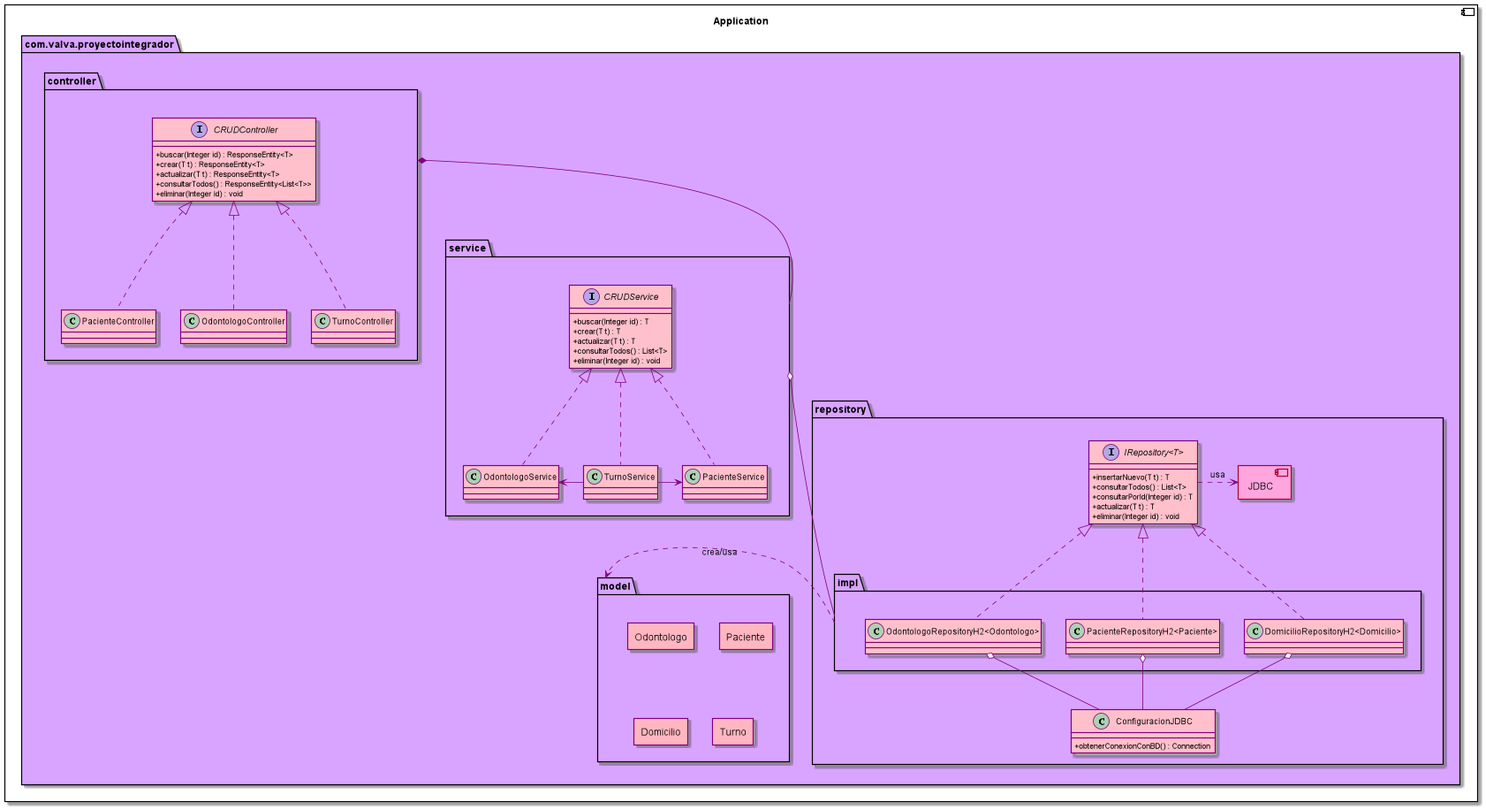
Earlier version of the PlantUML export diagrams/diagrama-de-clase.png (valva-ro/CTD-BE1-proyecto-integrador).
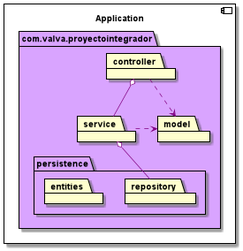
Later version of the same file.

Commit message:
update general class diagram

Change to the diagram source:
```diff
@@ -30,75 +30,19 @@
 component Application {
     package com.valva.proyectointegrador #d9a4ff {
 
-        package repository {
-            interface "IRepository<T>"{
-                + insertarNuevo(T t) : T
-                + consultarTodos() : List<T>
-                + consultarPorId(Integer id) : T
-                + actualizar(T t) : T
-                + eliminar(Integer id) : void
-            }
+        package persistence {
+            package repository
+            package entities
+        }
+        package service
+        package controller
+        package model
 
-            package impl {
-                class "OdontologoRepositoryH2<Odontologo>"
-                class "PacienteRepositoryH2<Paciente>"
-                class "DomicilioRepositoryH2<Domicilio>"
-            }
+        controller o-- service
+        service o-- repository
+        controller .> model
+        service .> model
 
-            class ConfiguracionJDBC {
-                + obtenerConexionConBD() : Connection
-            }
-
-            component JDBC #ffa6df
-        }
-
-        package service {
-
-            interface CRUDService {
-                + buscar(Integer id) : T
-                + crear(T t) : T
-                + actualizar(T t) : T
-                + consultarTodos() : List<T>
-                + eliminar(Integer id) : void
-            }
-
-            class PacienteService implements CRUDService
-            class TurnoService implements CRUDService
-            class OdontologoService implements CRUDService
-            TurnoService -l> OdontologoService
-            TurnoService -r> PacienteService
-        }
-
-        package controller {
-                    interface CRUDController {
-                        + buscar(Integer id) : ResponseEntity<T>
-                        + crear(T t) : ResponseEntity<T>
-                        + actualizar(T t) : ResponseEntity<T>
-                        + consultarTodos() : ResponseEntity<List<T>>
-                        + eliminar(Integer id) : void
-                    }
-                    class PacienteController implements CRUDController
-                    class OdontologoController  implements CRUDController
-                    class TurnoController implements CRUDController
-                }
-
-        package model {
-            rectangle Odontologo
-            rectangle Paciente
-            rectangle Domicilio
-            rectangle Turno
-        }
-
-        controller *-- service
-        impl .> model : crea/usa
-        service o--- impl
-        "IRepository<T>" <|.. "OdontologoRepositoryH2<Odontologo>"
-        "IRepository<T>" <|.. "PacienteRepositoryH2<Paciente>"
-        "IRepository<T>" <|.. "DomicilioRepositoryH2<Domicilio>"
-        "IRepository<T>" .> JDBC : usa
-        "OdontologoRepositoryH2<Odontologo>" o-- ConfiguracionJDBC
-        "PacienteRepositoryH2<Paciente>" o-- ConfiguracionJDBC
-        "DomicilioRepositoryH2<Domicilio>" o-- ConfiguracionJDBC
     }
 
 }
```
